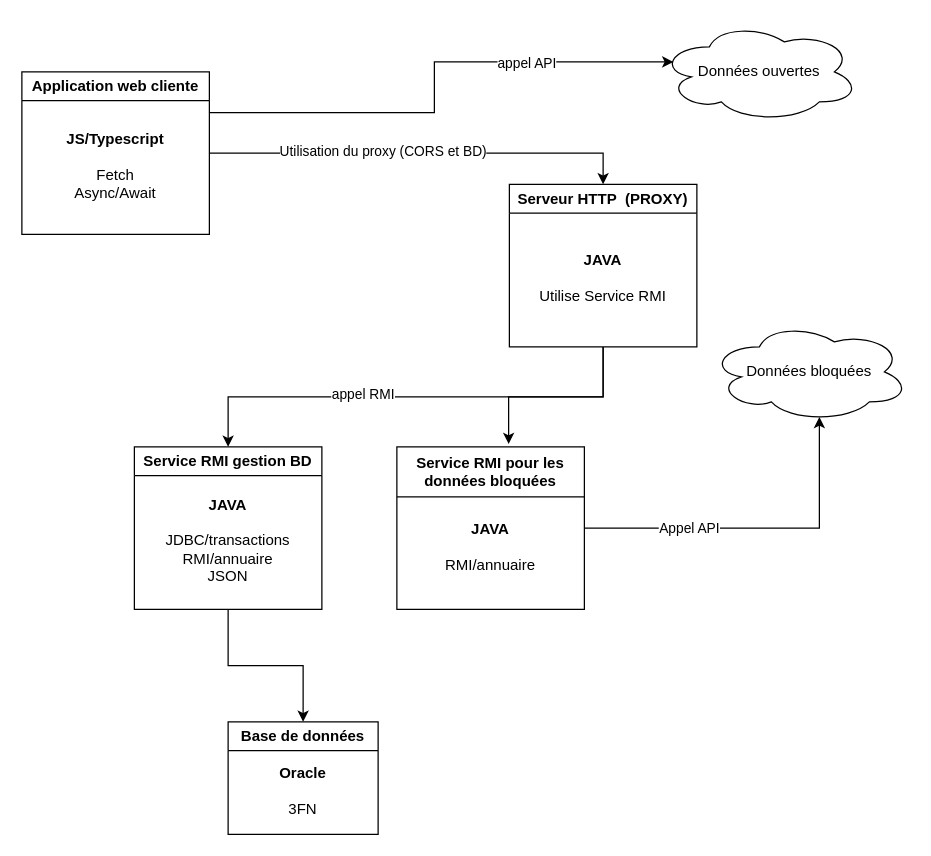
Earlier version of the draw.io diagram Doc/DiagrammeProjet.drawio (IanisPocachard/S4-02_ApplicationRepartie). Source tidied: cells renumbered, new cells numbered last; positions are measured from the earlier drawing's top-left corner, leaving out a move shared by most shapes. Both pictures are drawn from the tidied source at 125%, with x=0, y=0 at pixel (21, 21).
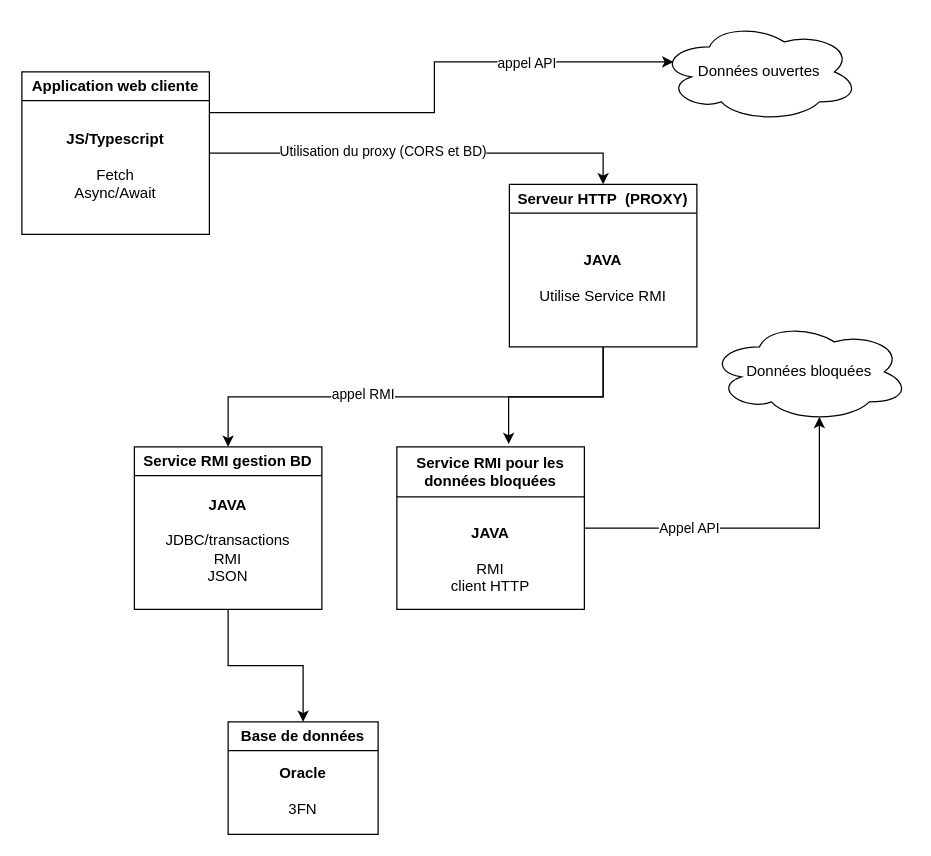
The same page after the edit.

The change refers to these unchanged cells:
```xml
<mxCell id="12" value="Service RMI gestion BD" style="swimlane;whiteSpace=wrap;html=1;" parent="1" vertex="1">
  <mxGeometry x="90" y="340" width="150" height="130" as="geometry" />
</mxCell>
<mxCell id="15" value="Service RMI pour les données bloquées" style="swimlane;whiteSpace=wrap;html=1;startSize=40;" parent="1" vertex="1">
  <mxGeometry x="300" y="340" width="150" height="130" as="geometry" />
</mxCell>
```

What changed in the source:
```diff
@@
-    <mxCell id="13" value="&lt;div&gt;&lt;b&gt;JAVA&lt;/b&gt;&lt;/div&gt;&lt;div&gt;&lt;br&gt;&lt;/div&gt;&lt;div&gt;JDBC/transactions&lt;/div&gt;&lt;div&gt;RMI/annuaire&lt;/div&gt;&lt;div&gt;JSON&lt;/div&gt;" style="text;html=1;whiteSpace=wrap;strokeColor=none;fillColor=none;align=center;verticalAlign=middle;rounded=0;" parent="12" vertex="1">
+    <mxCell id="13" value="&lt;div&gt;&lt;b&gt;JAVA&lt;/b&gt;&lt;/div&gt;&lt;div&gt;&lt;br&gt;&lt;/div&gt;&lt;div&gt;JDBC/transactions&lt;/div&gt;&lt;div&gt;RMI&lt;/div&gt;&lt;div&gt;JSON&lt;/div&gt;" style="text;html=1;whiteSpace=wrap;strokeColor=none;fillColor=none;align=center;verticalAlign=middle;rounded=0;" parent="12" vertex="1">
       <mxGeometry x="20" y="40" width="110" height="70" as="geometry" />
     </mxCell>
@@
-    <mxCell id="16" value="&lt;div&gt;&lt;b&gt;JAVA&lt;/b&gt;&lt;/div&gt;&lt;div&gt;&lt;br&gt;&lt;/div&gt;&lt;div&gt;RMI/annuaire&lt;/div&gt;" style="text;html=1;whiteSpace=wrap;strokeColor=none;fillColor=none;align=center;verticalAlign=middle;rounded=0;" parent="15" vertex="1">
-      <mxGeometry x="20" y="50" width="110" height="60" as="geometry" />
+    <mxCell id="16" value="&lt;div&gt;&lt;b&gt;JAVA&lt;/b&gt;&lt;/div&gt;&lt;div&gt;&lt;br&gt;&lt;/div&gt;&lt;div&gt;RMI&lt;/div&gt;&lt;div&gt;client HTTP&lt;/div&gt;" style="text;html=1;whiteSpace=wrap;strokeColor=none;fillColor=none;align=center;verticalAlign=middle;rounded=0;" parent="15" vertex="1">
+      <mxGeometry x="20" y="50" width="110" height="80" as="geometry" />
     </mxCell>
```
